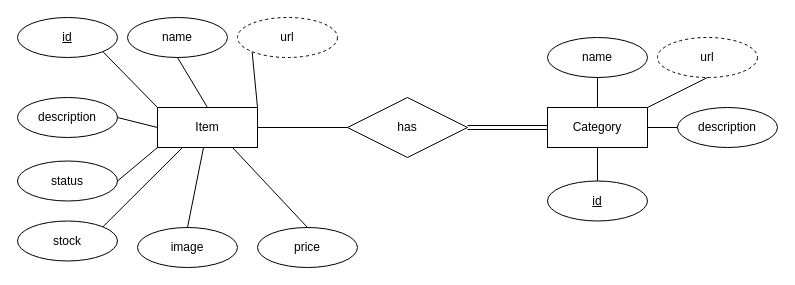
This is design/erd.drawio from creme332/invento, a draw.io file, before an edit. Source tidied: cells renumbered, new cells numbered last; positions are measured from the earlier drawing's top-left corner, leaving out a move shared by most shapes. Both pictures are drawn from the tidied source at 100%, with x=0, y=0 at pixel (17, 17).
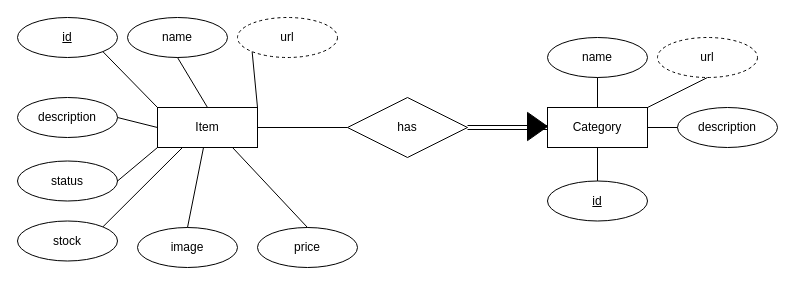
Above is the later version.

Change to the diagram source:
```diff
@@
-<mxGraphModel>
+<mxGraphModel background="#ffffff">
@@
+    <mxCell id="31" style="shape=mxgraph.arrows2.wedgeArrow;html=1;startWidth=14.117647058823529;fillColor=strokeColor;defaultFillColor=invert;defaultGradientColor=invert;" parent="1" edge="1">
+      <mxGeometry relative="1" as="geometry">
+        <mxPoint x="510" y="109" as="sourcePoint" />
+        <mxPoint x="530" y="109" as="targetPoint" />
+      </mxGeometry>
+    </mxCell>
```
